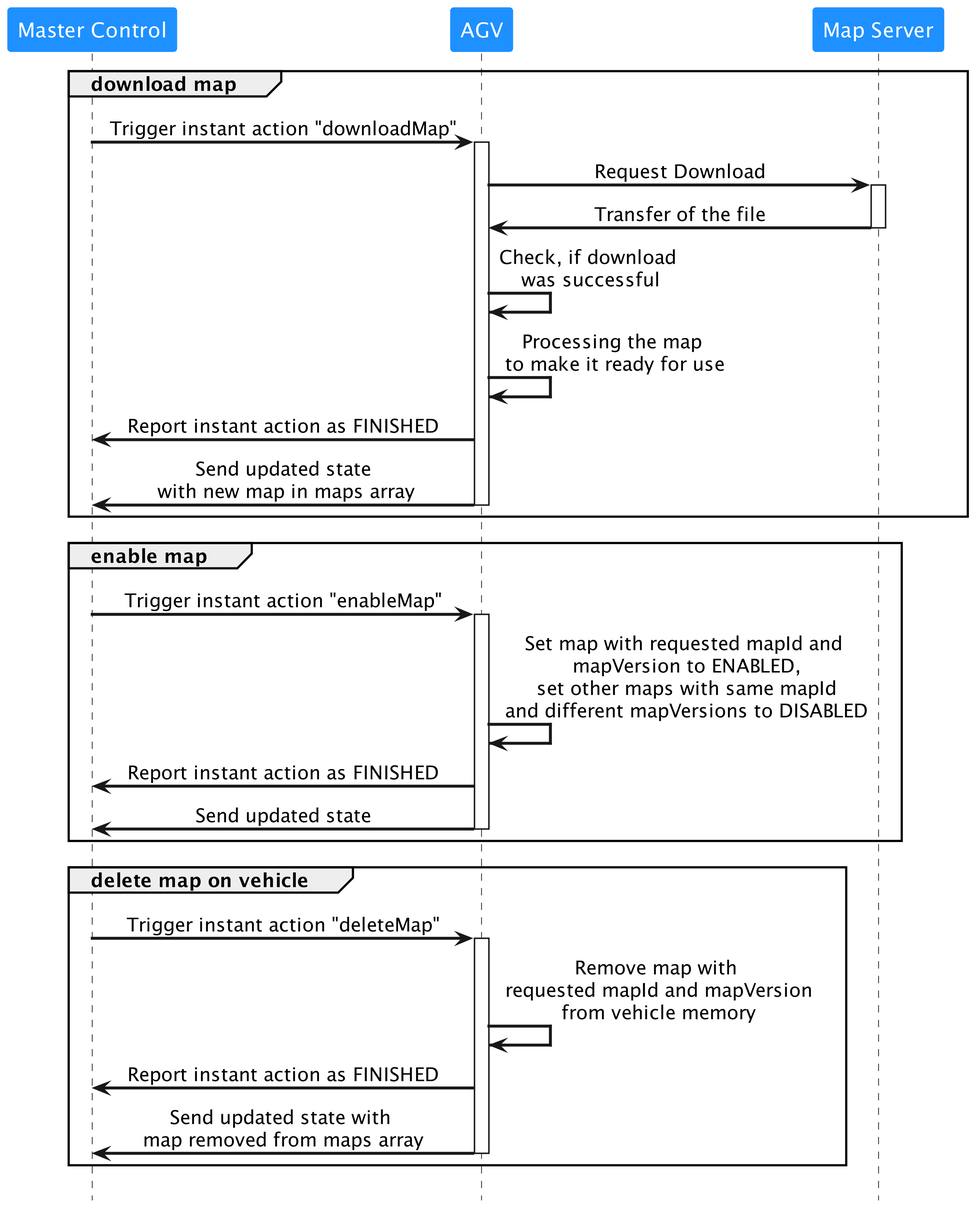
Above: assets/map_distribution_process.png in VDA5050/VDA5050 (PlantUML), before the change.
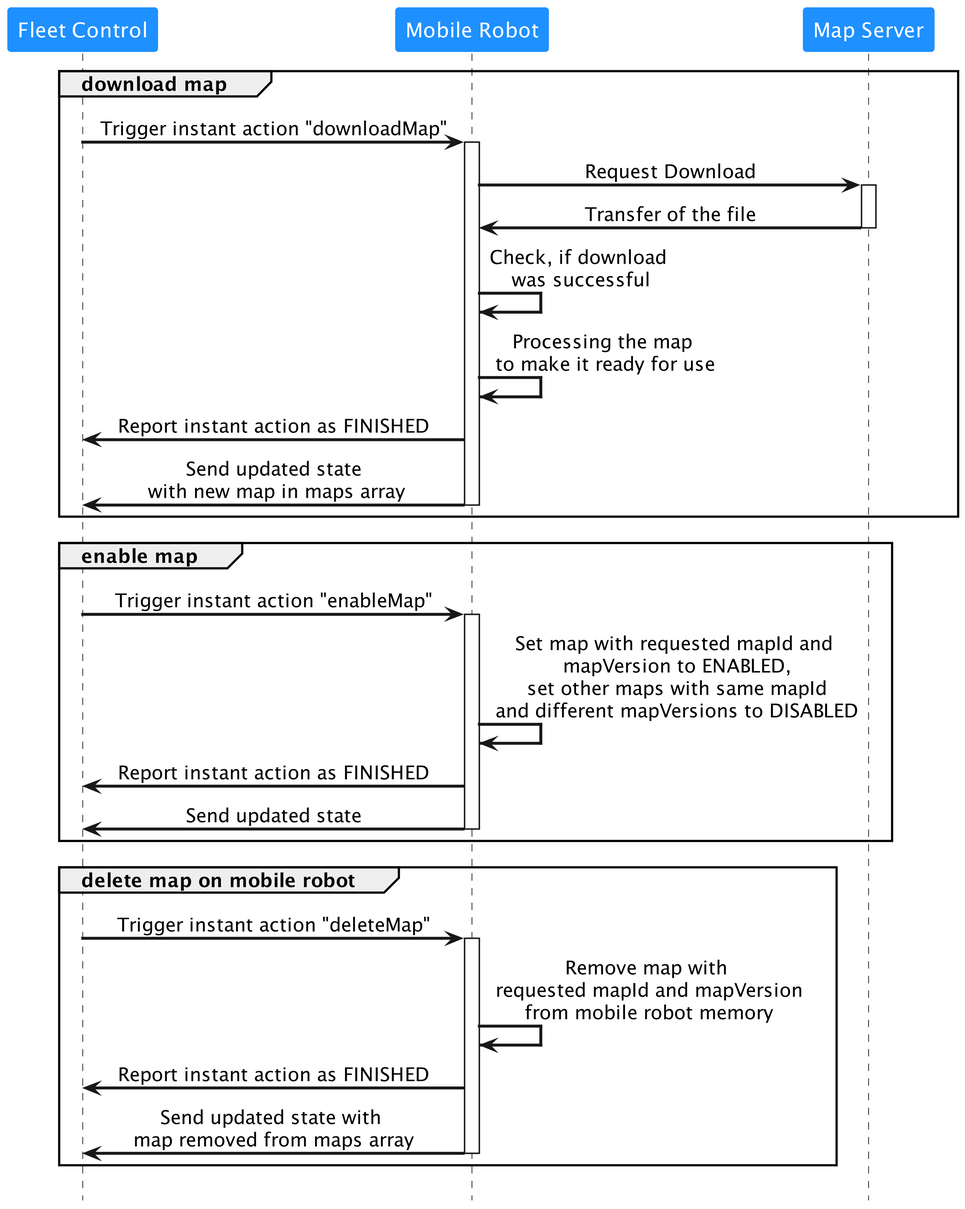
Later version of the same file.

Change to the diagram source:
```diff
@@ -6,40 +6,40 @@
 skinparam noteFontColor white
 skinparam participantBorderColor None
 skinparam ArrowThickness 2
-participant "Master Control" #dodgerblue
-participant AGV #dodgerblue
+participant "Fleet Control" #dodgerblue
+participant "Mobile Robot" #dodgerblue
 participant "Map Server" #dodgerblue
 hide footbox
 
 group download map
-"Master Control" -> "AGV": Trigger instant action "downloadMap"
-activate AGV
-AGV -> "Map Server": Request Download
+"Fleet Control" -> "Mobile Robot": Trigger instant action "downloadMap"
+activate "Mobile Robot"
+"Mobile Robot" -> "Map Server": Request Download
 activate "Map Server"
-"Map Server" -> AGV: Transfer of the file
+"Map Server" -> "Mobile Robot": Transfer of the file
 deactivate "Map Server"
-"AGV" -> "AGV": Check, if download\n was successful
-"AGV" -> "AGV": Processing the map\n to make it ready for use
-AGV -> "Master Control": Report instant action as FINISHED
-"AGV" -> "Master Control": Send updated state\n with new map in maps array
-deactivate AGV
+"Mobile Robot" -> "Mobile Robot": Check, if download\n was successful
+"Mobile Robot" -> "Mobile Robot": Processing the map\n to make it ready for use
+"Mobile Robot" -> "Fleet Control": Report instant action as FINISHED
+"Mobile Robot" -> "Fleet Control": Send updated state\n with new map in maps array
+deactivate "Mobile Robot"
 end
 
 group enable map
-"Master Control" -> "AGV": Trigger instant action "enableMap"
-activate AGV
-"AGV" -> "AGV": Set map with requested mapId and\n mapVersion to ENABLED,\n set other maps with same mapId\n and different mapVersions to DISABLED
-"AGV" -> "Master Control": Report instant action as FINISHED
-"AGV" -> "Master Control": Send updated state
-deactivate AGV
+"Fleet Control" -> "Mobile Robot": Trigger instant action "enableMap"
+activate "Mobile Robot"
+"Mobile Robot" -> "Mobile Robot": Set map with requested mapId and\n mapVersion to ENABLED,\n set other maps with same mapId\n and different mapVersions to DISABLED
+"Mobile Robot" -> "Fleet Control": Report instant action as FINISHED
+"Mobile Robot" -> "Fleet Control": Send updated state
+deactivate "Mobile Robot"
 end
 
-group delete map on vehicle
-"Master Control" -> "AGV": Trigger instant action "deleteMap"
-activate AGV
-"AGV" -> "AGV": Remove map with\n requested mapId and mapVersion\n from vehicle memory
-"AGV" -> "Master Control": Report instant action as FINISHED
-"AGV" -> "Master Control": Send updated state with \nmap removed from maps array
-deactivate AGV
+group delete map on mobile robot
+"Fleet Control" -> "Mobile Robot": Trigger instant action "deleteMap"
+activate "Mobile Robot"
+"Mobile Robot" -> "Mobile Robot": Remove map with\n requested mapId and mapVersion\n from mobile robot memory
+"Mobile Robot" -> "Fleet Control": Report instant action as FINISHED
+"Mobile Robot" -> "Fleet Control": Send updated state with \nmap removed from maps array
+deactivate "Mobile Robot"
 end
 @enduml
```
